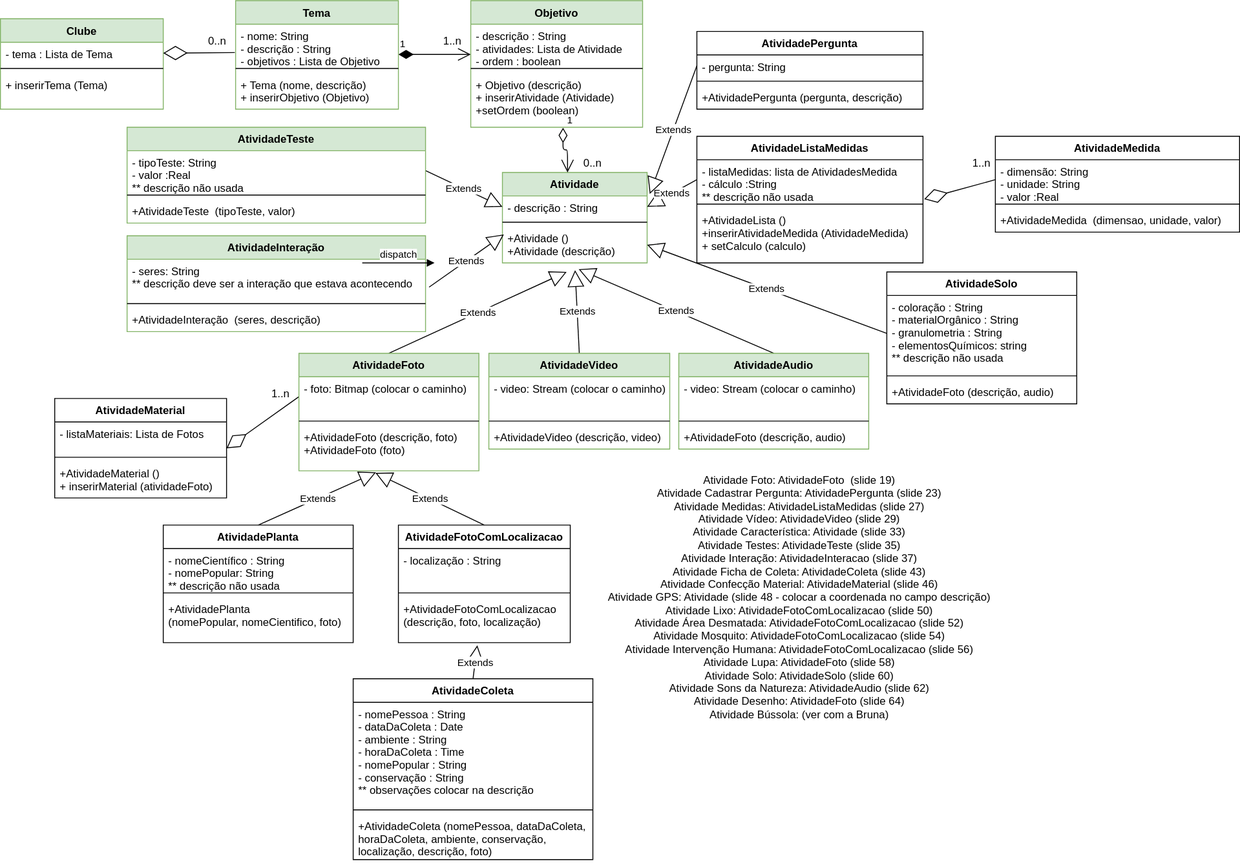
Before: _fontes/ClubeCiencias_CSharp/docs/DiagramaClasses.drawio.svg, a diagram exported from draw.io (tecedufurb/explora_habitat). Source tidied: cells renumbered, new cells last; positions are measured from the earlier drawing's top-left corner, leaving out a move shared by most shapes.
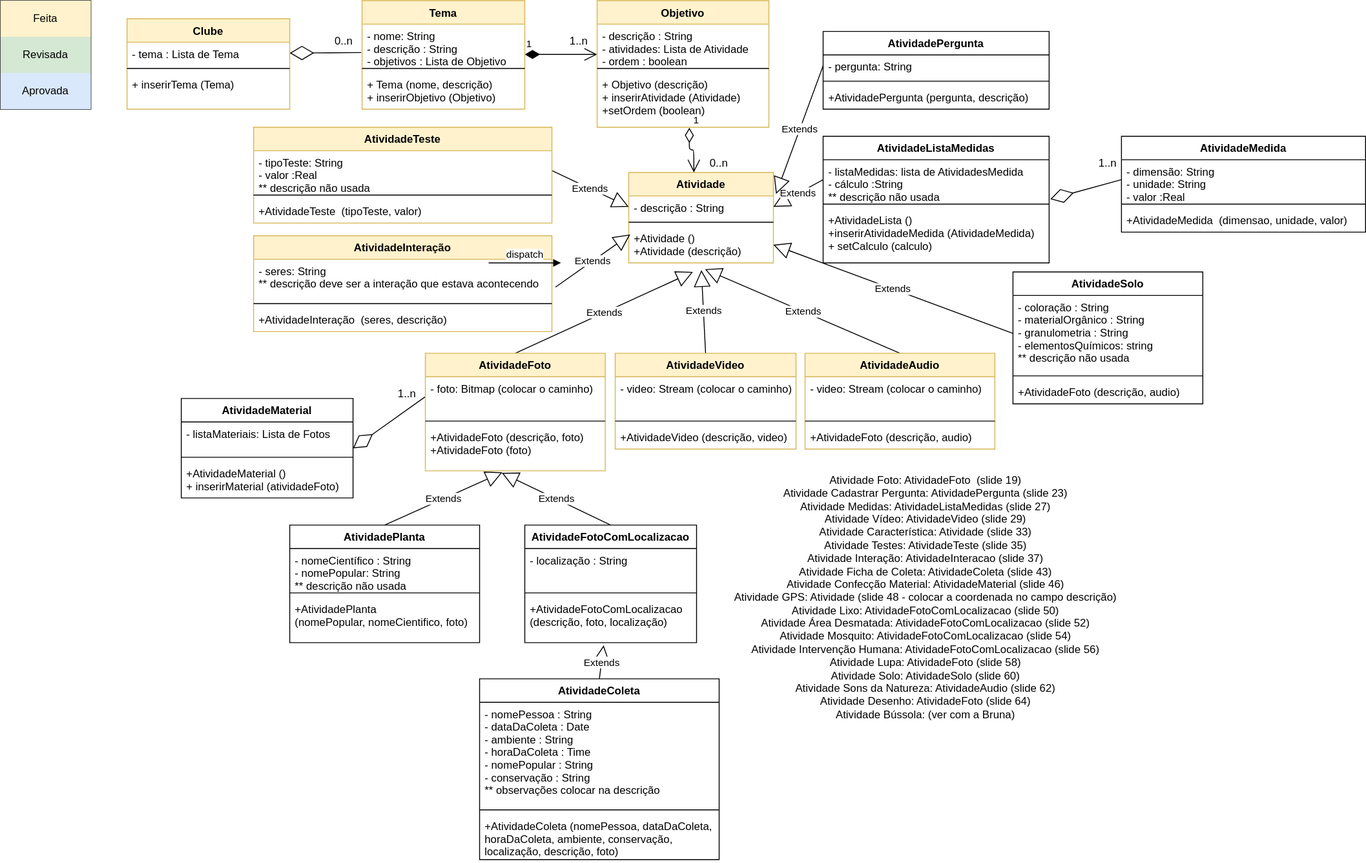
After the change.

Change to the diagram source:
```diff
@@ -22,7 +22,7 @@
     <mxCell id="6" value="0..n" style="text;html=1;strokeColor=none;fillColor=none;align=center;verticalAlign=middle;whiteSpace=wrap;rounded=0;" parent="1" vertex="1">
       <mxGeometry x="220" y="25" width="40" height="40" as="geometry" />
     </mxCell>
-    <mxCell id="7" value="Tema" style="swimlane;fontStyle=1;align=center;verticalAlign=top;horizontal=1;startSize=26;fillColor=#d5e8d4;strokeColor=#82b366;" parent="1" vertex="1">
+    <mxCell id="7" value="Tema" style="swimlane;fontStyle=1;align=center;verticalAlign=top;horizontal=1;startSize=26;fillColor=#fff2cc;strokeColor=#d6b656;" parent="1" vertex="1">
       <mxGeometry x="260" width="180" height="120" as="geometry" />
     </mxCell>
     <mxCell id="8" value="- nome: String&#10;- descrição : String&#10;- objetivos : Lista de Objetivo" style="text;strokeColor=none;fillColor=none;align=left;verticalAlign=top;spacingLeft=4;spacingRight=4;overflow=hidden;points=[[0,0.5],[1,0.5]];portConstraint=eastwest;" parent="7" vertex="1">
@@ -34,7 +34,7 @@
     <mxCell id="10" value="+ Tema (nome, descrição)&#10;+ inserirObjetivo (Objetivo)" style="text;strokeColor=none;fillColor=none;align=left;verticalAlign=top;spacingLeft=4;spacingRight=4;overflow=hidden;" parent="7" vertex="1">
       <mxGeometry y="80" width="180" height="40" as="geometry" />
     </mxCell>
-    <mxCell id="11" value="Objetivo" style="swimlane;fontStyle=1;align=center;verticalAlign=top;horizontal=1;startSize=26;fillColor=#d5e8d4;strokeColor=#82b366;" parent="1" vertex="1">
+    <mxCell id="11" value="Objetivo" style="swimlane;fontStyle=1;align=center;verticalAlign=top;horizontal=1;startSize=26;fillColor=#fff2cc;strokeColor=#d6b656;" parent="1" vertex="1">
       <mxGeometry x="520" width="190" height="140" as="geometry" />
     </mxCell>
     <mxCell id="12" value="- descrição : String&#10;- atividades: Lista de Atividade&#10;- ordem : boolean " style="text;strokeColor=none;fillColor=none;align=left;verticalAlign=top;spacingLeft=4;spacingRight=4;overflow=hidden;" parent="11" vertex="1">
@@ -46,7 +46,7 @@
     <mxCell id="14" value="+ Objetivo (descrição)&#10;+ inserirAtividade (Atividade)&#10;+setOrdem (boolean)" style="text;strokeColor=none;fillColor=none;align=left;verticalAlign=top;spacingLeft=4;spacingRight=4;overflow=hidden;points=[[0,0.5],[1,0.5]];portConstraint=eastwest;" parent="11" vertex="1">
       <mxGeometry y="80" width="190" height="60" as="geometry" />
     </mxCell>
-    <mxCell id="15" value="Clube" style="swimlane;fontStyle=1;align=center;verticalAlign=top;horizontal=1;startSize=26;fillColor=#d5e8d4;strokeColor=#82b366;" parent="1" vertex="1">
+    <mxCell id="15" value="Clube" style="swimlane;fontStyle=1;align=center;verticalAlign=top;horizontal=1;startSize=26;fillColor=#fff2cc;strokeColor=#d6b656;" parent="1" vertex="1">
       <mxGeometry y="20" width="180" height="100" as="geometry" />
     </mxCell>
     <mxCell id="16" value="- tema : Lista de Tema" style="text;strokeColor=none;fillColor=none;align=left;verticalAlign=top;spacingLeft=4;spacingRight=4;overflow=hidden;points=[[0,0.5],[1,0.5]];portConstraint=eastwest;" parent="15" vertex="1">
@@ -58,13 +58,34 @@
     <mxCell id="18" value="+ inserirTema (Tema)" style="text;strokeColor=none;fillColor=none;align=left;verticalAlign=top;spacingLeft=4;spacingRight=4;overflow=hidden;" parent="15" vertex="1">
       <mxGeometry y="60" width="180" height="40" as="geometry" />
     </mxCell>
+    <mxCell id="94" style="shape=table;html=1;whiteSpace=wrap;startSize=0;columnLines=1;" parent="1" vertex="1">
+      <mxGeometry x="-140" width="100" height="120" as="geometry" />
+    </mxCell>
+    <mxCell id="95" style="shape=partialRectangle;html=1;whiteSpace=wrap;fillColor=none;top=0;left=0;bottom=0;right=0;" parent="94" vertex="1">
+      <mxGeometry width="100" height="40" as="geometry" />
+    </mxCell>
+    <mxCell id="96" value="Feita" style="shape=partialRectangle;html=1;whiteSpace=wrap;fillColor=#fff2cc;top=0;left=0;bottom=0;right=0;overflow=hidden;strokeColor=#d6b656;" parent="95" vertex="1">
+      <mxGeometry width="100" height="40" as="geometry" />
+    </mxCell>
+    <mxCell id="97" style="shape=partialRectangle;html=1;whiteSpace=wrap;fillColor=none;top=0;left=0;bottom=0;right=0;" parent="94" vertex="1">
+      <mxGeometry y="40" width="100" height="40" as="geometry" />
+    </mxCell>
+    <mxCell id="98" value="Revisada" style="shape=partialRectangle;html=1;whiteSpace=wrap;fillColor=#d5e8d4;top=0;left=0;bottom=0;right=0;overflow=hidden;strokeColor=#82b366;" parent="97" vertex="1">
+      <mxGeometry width="100" height="40" as="geometry" />
+    </mxCell>
+    <mxCell id="99" style="shape=partialRectangle;html=1;whiteSpace=wrap;fillColor=none;top=0;left=0;bottom=0;right=0;" parent="94" vertex="1">
+      <mxGeometry y="80" width="100" height="40" as="geometry" />
+    </mxCell>
+    <mxCell id="100" value="Aprovada" style="shape=partialRectangle;html=1;whiteSpace=wrap;fillColor=#dae8fc;top=0;left=0;bottom=0;right=0;overflow=hidden;strokeColor=#6c8ebf;" parent="99" vertex="1">
+      <mxGeometry width="100" height="40" as="geometry" />
+    </mxCell>
     <mxCell id="19" value="Atividade Foto: AtividadeFoto&amp;nbsp; (slide 19)&lt;br&gt;Atividade Cadastrar Pergunta: AtividadePergunta (slide 23)&lt;br&gt;Atividade Medidas: AtividadeListaMedidas (slide 27)&lt;br&gt;Atividade Vídeo: AtividadeVideo (slide 29)&lt;br&gt;Atividade Característica: Atividade (slide 33)&lt;br&gt;Atividade Testes: AtividadeTeste (slide 35)&lt;br&gt;Atividade Interação: AtividadeInteracao (slide 37)&lt;br&gt;Atividade Ficha de Coleta: AtividadeColeta (slide 43)&lt;br&gt;Atividade Confecção Material: AtividadeMaterial (slide 46)&lt;br&gt;Atividade GPS: Atividade (slide 48 - colocar a coordenada no campo descrição)&lt;br&gt;Atividade Lixo: AtividadeFotoComLocalizacao (slide 50)&lt;br&gt;Atividade Área Desmatada: AtividadeFotoComLocalizacao (slide 52)&lt;br&gt;Atividade Mosquito: AtividadeFotoComLocalizacao (slide 54)&lt;br&gt;Atividade Intervenção Humana: AtividadeFotoComLocalizacao (slide 56)&lt;br&gt;Atividade Lupa: AtividadeFoto (slide 58)&lt;br&gt;Atividade Solo: AtividadeSolo (slide 60)&lt;br&gt;Atividade Sons da Natureza: AtividadeAudio (slide 62)&lt;br&gt;Atividade Desenho: AtividadeFoto (slide 64)&lt;br&gt;Atividade Bússola: (ver com a Bruna)" style="text;html=1;strokeColor=none;fillColor=none;align=center;verticalAlign=middle;whiteSpace=wrap;rounded=0;" parent="1" vertex="1">
       <mxGeometry x="655" y="520" width="457" height="280" as="geometry" />
     </mxCell>
     <mxCell id="20" value="Extends" style="endArrow=block;endSize=16;endFill=0;html=1;exitX=0.5;exitY=0;exitDx=0;exitDy=0;entryX=0.502;entryY=1.2;entryDx=0;entryDy=0;entryPerimeter=0;" parent="1" edge="1" source="44" target="25">
       <mxGeometry relative="1" as="geometry" />
     </mxCell>
-    <mxCell id="21" value="Atividade" style="swimlane;fontStyle=1;align=center;verticalAlign=top;horizontal=1;startSize=26;fillColor=#d5e8d4;strokeColor=#82b366;" parent="1" vertex="1">
+    <mxCell id="21" value="Atividade" style="swimlane;fontStyle=1;align=center;verticalAlign=top;horizontal=1;startSize=26;fillColor=#fff2cc;strokeColor=#d6b656;" parent="1" vertex="1">
       <mxGeometry x="555" y="190" width="160" height="100" as="geometry" />
     </mxCell>
     <mxCell id="22" value="- descrição : String" style="text;strokeColor=none;fillColor=none;align=left;verticalAlign=top;spacingLeft=4;spacingRight=4;overflow=hidden;points=[[0,0.5],[1,0.5]];portConstraint=eastwest;" parent="21" vertex="1">
@@ -111,7 +132,7 @@
     <mxCell id="35" value="Extends" style="endArrow=block;endSize=16;endFill=0;html=1;exitX=1;exitY=0.5;exitDx=0;exitDy=0;entryX=0;entryY=0.5;entryDx=0;entryDy=0;" parent="1" edge="1" source="37" target="22">
       <mxGeometry relative="1" as="geometry" />
     </mxCell>
-    <mxCell id="36" value="AtividadeTeste" style="swimlane;fontStyle=1;align=center;verticalAlign=top;horizontal=1;startSize=26;fillColor=#d5e8d4;strokeColor=#82b366;" parent="1" vertex="1">
+    <mxCell id="36" value="AtividadeTeste" style="swimlane;fontStyle=1;align=center;verticalAlign=top;horizontal=1;startSize=26;fillColor=#fff2cc;strokeColor=#d6b656;" parent="1" vertex="1">
       <mxGeometry x="140" y="140" width="330" height="106" as="geometry" />
     </mxCell>
     <mxCell id="37" value="- tipoTeste: String&#10;- valor :Real&#10;** descrição não usada" style="text;strokeColor=none;fillColor=none;align=left;verticalAlign=top;spacingLeft=4;spacingRight=4;overflow=hidden;points=[[0,0.5],[1,0.5]];portConstraint=eastwest;" parent="36" vertex="1">
@@ -123,7 +144,7 @@
     <mxCell id="39" value="+AtividadeTeste  (tipoTeste, valor)" style="text;strokeColor=none;fillColor=none;align=left;verticalAlign=top;spacingLeft=4;spacingRight=4;overflow=hidden;" parent="36" vertex="1">
       <mxGeometry y="80" width="330" height="26" as="geometry" />
     </mxCell>
-    <mxCell id="40" value="AtividadeFoto" style="swimlane;fontStyle=1;align=center;verticalAlign=top;horizontal=1;startSize=26;fillColor=#d5e8d4;strokeColor=#82b366;" parent="1" vertex="1">
+    <mxCell id="40" value="AtividadeFoto" style="swimlane;fontStyle=1;align=center;verticalAlign=top;horizontal=1;startSize=26;fillColor=#fff2cc;strokeColor=#d6b656;" parent="1" vertex="1">
       <mxGeometry x="330" y="390" width="199" height="130" as="geometry" />
     </mxCell>
     <mxCell id="41" value="- foto: Bitmap (colocar o caminho)" style="text;strokeColor=none;fillColor=none;align=left;verticalAlign=top;spacingLeft=4;spacingRight=4;overflow=hidden;points=[[0,0.5],[1,0.5]];portConstraint=eastwest;" parent="40" vertex="1">
@@ -135,7 +156,7 @@
     <mxCell id="43" value="+AtividadeFoto (descrição, foto)&#10;+AtividadeFoto (foto)" style="text;strokeColor=none;fillColor=none;align=left;verticalAlign=top;spacingLeft=4;spacingRight=4;overflow=hidden;points=[[0,0.5],[1,0.5]];portConstraint=eastwest;" parent="40" vertex="1">
       <mxGeometry y="80" width="199" height="50" as="geometry" />
     </mxCell>
-    <mxCell id="44" value="AtividadeVideo" style="swimlane;fontStyle=1;align=center;verticalAlign=top;horizontal=1;startSize=26;fillColor=#d5e8d4;strokeColor=#82b366;" parent="1" vertex="1">
+    <mxCell id="44" value="AtividadeVideo" style="swimlane;fontStyle=1;align=center;verticalAlign=top;horizontal=1;startSize=26;fillColor=#fff2cc;strokeColor=#d6b656;" parent="1" vertex="1">
       <mxGeometry x="540" y="390" width="200" height="106" as="geometry" />
     </mxCell>
     <mxCell id="45" value="- video: Stream (colocar o caminho)" style="text;strokeColor=none;fillColor=none;align=left;verticalAlign=top;spacingLeft=4;spacingRight=4;overflow=hidden;" parent="44" vertex="1">
@@ -147,7 +168,7 @@
     <mxCell id="47" value="+AtividadeVideo (descrição, video)" style="text;strokeColor=none;fillColor=none;align=left;verticalAlign=top;spacingLeft=4;spacingRight=4;overflow=hidden;" parent="44" vertex="1">
       <mxGeometry y="80" width="200" height="26" as="geometry" />
     </mxCell>
-    <mxCell id="48" value="AtividadeAudio" style="swimlane;fontStyle=1;align=center;verticalAlign=top;horizontal=1;startSize=26;fillColor=#d5e8d4;strokeColor=#82b366;" parent="1" vertex="1">
+    <mxCell id="48" value="AtividadeAudio" style="swimlane;fontStyle=1;align=center;verticalAlign=top;horizontal=1;startSize=26;fillColor=#fff2cc;strokeColor=#d6b656;" parent="1" vertex="1">
       <mxGeometry x="750" y="390" width="210" height="106" as="geometry" />
     </mxCell>
     <mxCell id="49" value="- video: Stream (colocar o caminho)" style="text;strokeColor=none;fillColor=none;align=left;verticalAlign=top;spacingLeft=4;spacingRight=4;overflow=hidden;" parent="48" vertex="1">
@@ -171,7 +192,7 @@
     <mxCell id="55" value="+AtividadeMaterial ()&#10;+ inserirMaterial (atividadeFoto)" style="text;strokeColor=none;fillColor=none;align=left;verticalAlign=top;spacingLeft=4;spacingRight=4;overflow=hidden;" parent="52" vertex="1">
       <mxGeometry y="70" width="190" height="40" as="geometry" />
     </mxCell>
-    <mxCell id="56" value="AtividadeInteração" style="swimlane;fontStyle=1;align=center;verticalAlign=top;horizontal=1;startSize=26;fillColor=#d5e8d4;strokeColor=#82b366;" parent="1" vertex="1">
+    <mxCell id="56" value="AtividadeInteração" style="swimlane;fontStyle=1;align=center;verticalAlign=top;horizontal=1;startSize=26;fillColor=#fff2cc;strokeColor=#d6b656;" parent="1" vertex="1">
       <mxGeometry x="140" y="260" width="330" height="106" as="geometry" />
     </mxCell>
     <mxCell id="57" value="- seres: String&#10;** descrição deve ser a interação que estava acontecendo" style="text;strokeColor=none;fillColor=none;align=left;verticalAlign=top;spacingLeft=4;spacingRight=4;overflow=hidden;points=[[0,0.5],[1,0.5]];portConstraint=eastwest;" parent="56" vertex="1">
```
